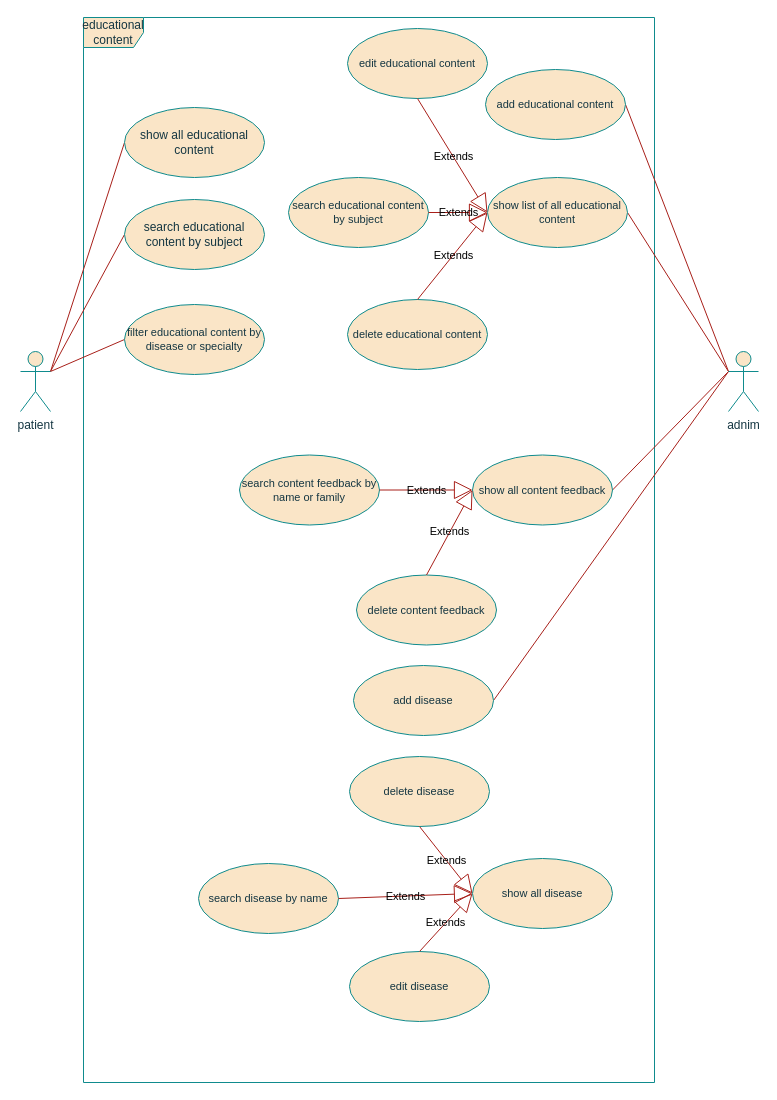
Before: USECASE/educational_content.drawio in SalehAskari/telemedicine, a draw.io diagram. Source tidied: cells renumbered, new cells numbered last; positions are measured from the earlier drawing's top-left corner, leaving out a move shared by most shapes. Both pictures are drawn from the tidied source at 100%, with x=0, y=0 at pixel (20, 17).
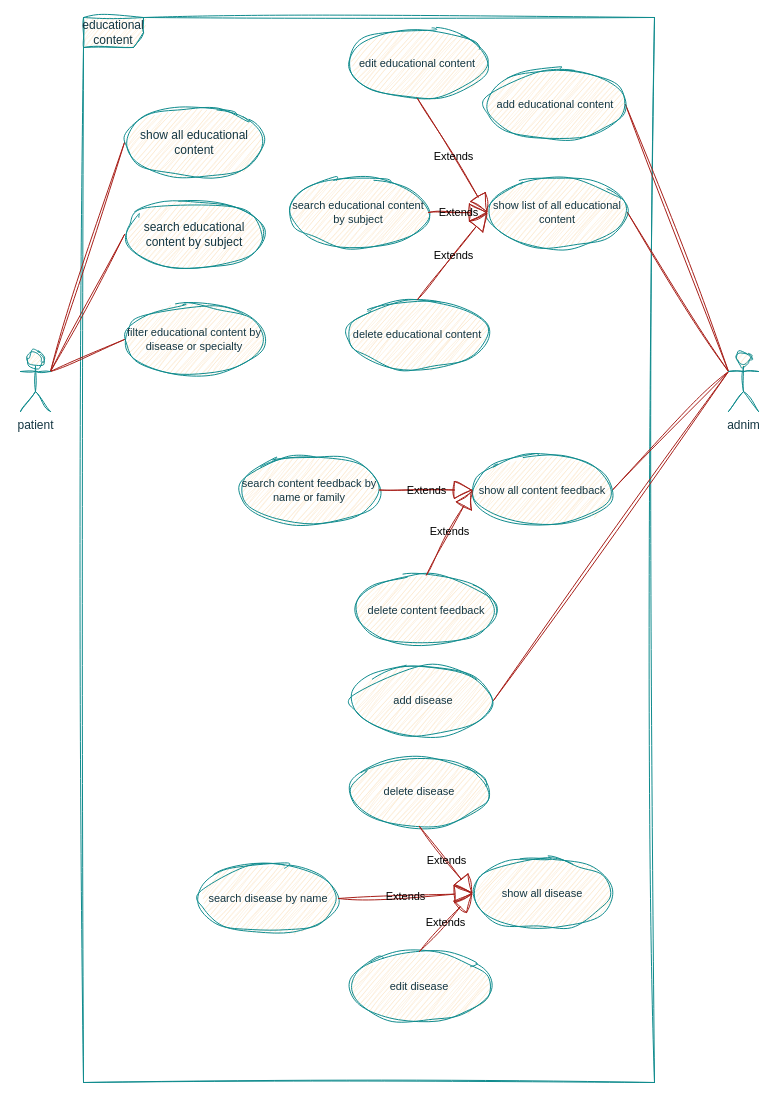
After the change.

What changed in the source:
```diff
@@
-    <mxCell id="2" value="educational content" style="shape=umlFrame;whiteSpace=wrap;html=1;labelBackgroundColor=none;fillColor=#FAE5C7;strokeColor=#0F8B8D;fontColor=#143642;" parent="1" vertex="1">
+    <mxCell id="2" value="educational content" style="shape=umlFrame;whiteSpace=wrap;html=1;labelBackgroundColor=none;fillColor=#FAE5C7;strokeColor=#0F8B8D;fontColor=#143642;sketch=1;curveFitting=1;jiggle=2;" parent="1" vertex="1">
       <mxGeometry x="63" width="571" height="1065" as="geometry" />
     </mxCell>
-    <mxCell id="3" style="edgeStyle=none;shape=connector;rounded=0;jettySize=auto;html=1;exitX=0;exitY=0.3333333333333333;exitDx=0;exitDy=0;exitPerimeter=0;entryX=1;entryY=0.5;entryDx=0;entryDy=0;strokeColor=#A8201A;align=center;verticalAlign=middle;fontFamily=Helvetica;fontSize=11;fontColor=default;labelBackgroundColor=none;startFill=0;endArrow=none;" parent="1" edge="1" source="7" target="15">
+    <mxCell id="3" style="edgeStyle=none;shape=connector;rounded=0;jettySize=auto;html=1;exitX=0;exitY=0.3333333333333333;exitDx=0;exitDy=0;exitPerimeter=0;entryX=1;entryY=0.5;entryDx=0;entryDy=0;strokeColor=#A8201A;align=center;verticalAlign=middle;fontFamily=Helvetica;fontSize=11;fontColor=default;labelBackgroundColor=none;startFill=0;endArrow=none;sketch=1;curveFitting=1;jiggle=2;" parent="1" edge="1" source="7" target="15">
       <mxGeometry relative="1" as="geometry" />
     </mxCell>
-    <mxCell id="4" style="rounded=0;jettySize=auto;html=1;exitX=0;exitY=0.3333333333333333;exitDx=0;exitDy=0;exitPerimeter=0;entryX=1;entryY=0.5;entryDx=0;entryDy=0;endArrow=none;startFill=0;labelBackgroundColor=none;strokeColor=#A8201A;fontColor=default;" parent="1" edge="1" source="7" target="18">
+    <mxCell id="4" style="rounded=0;jettySize=auto;html=1;exitX=0;exitY=0.3333333333333333;exitDx=0;exitDy=0;exitPerimeter=0;entryX=1;entryY=0.5;entryDx=0;entryDy=0;endArrow=none;startFill=0;labelBackgroundColor=none;strokeColor=#A8201A;fontColor=default;sketch=1;curveFitting=1;jiggle=2;" parent="1" edge="1" source="7" target="18">
       <mxGeometry relative="1" as="geometry" />
     </mxCell>
-    <mxCell id="5" style="edgeStyle=none;shape=connector;rounded=0;jettySize=auto;html=1;exitX=0;exitY=0.3333333333333333;exitDx=0;exitDy=0;exitPerimeter=0;entryX=1;entryY=0.5;entryDx=0;entryDy=0;strokeColor=#A8201A;align=center;verticalAlign=middle;fontFamily=Helvetica;fontSize=11;fontColor=default;labelBackgroundColor=none;startFill=0;endArrow=none;" parent="1" edge="1" source="7" target="23">
+    <mxCell id="5" style="edgeStyle=none;shape=connector;rounded=0;jettySize=auto;html=1;exitX=0;exitY=0.3333333333333333;exitDx=0;exitDy=0;exitPerimeter=0;entryX=1;entryY=0.5;entryDx=0;entryDy=0;strokeColor=#A8201A;align=center;verticalAlign=middle;fontFamily=Helvetica;fontSize=11;fontColor=default;labelBackgroundColor=none;startFill=0;endArrow=none;sketch=1;curveFitting=1;jiggle=2;" parent="1" edge="1" source="7" target="23">
       <mxGeometry relative="1" as="geometry" />
     </mxCell>
-    <mxCell id="6" style="rounded=0;jettySize=auto;html=1;exitX=0;exitY=0.3333333333333333;exitDx=0;exitDy=0;exitPerimeter=0;entryX=1;entryY=0.5;entryDx=0;entryDy=0;strokeColor=#A8201A;fontColor=#143642;fillColor=#FAE5C7;endArrow=none;startFill=0;" parent="1" edge="1" source="7" target="34">
+    <mxCell id="6" style="rounded=0;jettySize=auto;html=1;exitX=0;exitY=0.3333333333333333;exitDx=0;exitDy=0;exitPerimeter=0;entryX=1;entryY=0.5;entryDx=0;entryDy=0;strokeColor=#A8201A;fontColor=#143642;fillColor=#FAE5C7;endArrow=none;startFill=0;sketch=1;curveFitting=1;jiggle=2;" parent="1" edge="1" source="7" target="34">
       <mxGeometry relative="1" as="geometry" />
     </mxCell>
-    <mxCell id="7" value="adnim" style="shape=umlActor;verticalLabelPosition=bottom;verticalAlign=top;html=1;labelBackgroundColor=none;fillColor=#FAE5C7;strokeColor=#0F8B8D;fontColor=#143642;" parent="1" vertex="1">
+    <mxCell id="7" value="adnim" style="shape=umlActor;verticalLabelPosition=bottom;verticalAlign=top;html=1;labelBackgroundColor=none;fillColor=#FAE5C7;strokeColor=#0F8B8D;fontColor=#143642;sketch=1;curveFitting=1;jiggle=2;" parent="1" vertex="1">
       <mxGeometry x="708" y="334" width="30" height="60" as="geometry" />
     </mxCell>
-    <mxCell id="8" style="rounded=0;jettySize=auto;html=1;exitX=1;exitY=0.3333333333333333;exitDx=0;exitDy=0;exitPerimeter=0;entryX=0;entryY=0.5;entryDx=0;entryDy=0;endArrow=none;startFill=0;labelBackgroundColor=none;strokeColor=#A8201A;fontColor=default;" parent="1" edge="1" source="11" target="12">
+    <mxCell id="8" style="rounded=0;jettySize=auto;html=1;exitX=1;exitY=0.3333333333333333;exitDx=0;exitDy=0;exitPerimeter=0;entryX=0;entryY=0.5;entryDx=0;entryDy=0;endArrow=none;startFill=0;labelBackgroundColor=none;strokeColor=#A8201A;fontColor=default;sketch=1;curveFitting=1;jiggle=2;" parent="1" edge="1" source="11" target="12">
       <mxGeometry relative="1" as="geometry" />
     </mxCell>
-    <mxCell id="9" style="rounded=0;jettySize=auto;html=1;exitX=1;exitY=0.3333333333333333;exitDx=0;exitDy=0;exitPerimeter=0;entryX=0;entryY=0.5;entryDx=0;entryDy=0;endArrow=none;startFill=0;labelBackgroundColor=none;strokeColor=#A8201A;fontColor=default;" parent="1" edge="1" source="11" target="13">
+    <mxCell id="9" style="rounded=0;jettySize=auto;html=1;exitX=1;exitY=0.3333333333333333;exitDx=0;exitDy=0;exitPerimeter=0;entryX=0;entryY=0.5;entryDx=0;entryDy=0;endArrow=none;startFill=0;labelBackgroundColor=none;strokeColor=#A8201A;fontColor=default;sketch=1;curveFitting=1;jiggle=2;" parent="1" edge="1" source="11" target="13">
       <mxGeometry relative="1" as="geometry" />
     </mxCell>
-    <mxCell id="10" style="edgeStyle=none;shape=connector;rounded=0;jettySize=auto;html=1;exitX=1;exitY=0.3333333333333333;exitDx=0;exitDy=0;exitPerimeter=0;entryX=0;entryY=0.5;entryDx=0;entryDy=0;strokeColor=#A8201A;align=center;verticalAlign=middle;fontFamily=Helvetica;fontSize=11;fontColor=default;labelBackgroundColor=none;startFill=0;endArrow=none;" parent="1" edge="1" source="11" target="17">
+    <mxCell id="10" style="edgeStyle=none;shape=connector;rounded=0;jettySize=auto;html=1;exitX=1;exitY=0.3333333333333333;exitDx=0;exitDy=0;exitPerimeter=0;entryX=0;entryY=0.5;entryDx=0;entryDy=0;strokeColor=#A8201A;align=center;verticalAlign=middle;fontFamily=Helvetica;fontSize=11;fontColor=default;labelBackgroundColor=none;startFill=0;endArrow=none;sketch=1;curveFitting=1;jiggle=2;" parent="1" edge="1" source="11" target="17">
       <mxGeometry relative="1" as="geometry" />
     </mxCell>
-    <mxCell id="11" value="patient" style="shape=umlActor;verticalLabelPosition=bottom;verticalAlign=top;html=1;labelBackgroundColor=none;fillColor=#FAE5C7;strokeColor=#0F8B8D;fontColor=#143642;" parent="1" vertex="1">
+    <mxCell id="11" value="patient" style="shape=umlActor;verticalLabelPosition=bottom;verticalAlign=top;html=1;labelBackgroundColor=none;fillColor=#FAE5C7;strokeColor=#0F8B8D;fontColor=#143642;sketch=1;curveFitting=1;jiggle=2;" parent="1" vertex="1">
       <mxGeometry y="334" width="30" height="60" as="geometry" />
     </mxCell>
-    <mxCell id="12" value="show all&amp;nbsp;educational content" style="ellipse;whiteSpace=wrap;html=1;labelBackgroundColor=none;fillColor=#FAE5C7;strokeColor=#0F8B8D;fontColor=#143642;" parent="1" vertex="1">
+    <mxCell id="12" value="show all&amp;nbsp;educational content" style="ellipse;whiteSpace=wrap;html=1;labelBackgroundColor=none;fillColor=#FAE5C7;strokeColor=#0F8B8D;fontColor=#143642;sketch=1;curveFitting=1;jiggle=2;" parent="1" vertex="1">
       <mxGeometry x="104" y="90" width="140" height="70" as="geometry" />
     </mxCell>
-    <mxCell id="13" value="search&amp;nbsp;educational content by subject" style="ellipse;whiteSpace=wrap;html=1;labelBackgroundColor=none;fillColor=#FAE5C7;strokeColor=#0F8B8D;fontColor=#143642;" parent="1" vertex="1">
+    <mxCell id="13" value="search&amp;nbsp;educational content by subject" style="ellipse;whiteSpace=wrap;html=1;labelBackgroundColor=none;fillColor=#FAE5C7;strokeColor=#0F8B8D;fontColor=#143642;sketch=1;curveFitting=1;jiggle=2;" parent="1" vertex="1">
       <mxGeometry x="104" y="182" width="140" height="70" as="geometry" />
     </mxCell>
-    <mxCell id="14" value="delete&amp;nbsp;educational content" style="ellipse;whiteSpace=wrap;html=1;fontFamily=Helvetica;fontSize=11;fontColor=#143642;labelBackgroundColor=none;fillColor=#FAE5C7;strokeColor=#0F8B8D;" parent="1" vertex="1">
+    <mxCell id="14" value="delete&amp;nbsp;educational content" style="ellipse;whiteSpace=wrap;html=1;fontFamily=Helvetica;fontSize=11;fontColor=#143642;labelBackgroundColor=none;fillColor=#FAE5C7;strokeColor=#0F8B8D;sketch=1;curveFitting=1;jiggle=2;" parent="1" vertex="1">
       <mxGeometry x="327" y="282" width="140" height="70" as="geometry" />
     </mxCell>
-    <mxCell id="15" value="show list of all&amp;nbsp;educational content" style="ellipse;whiteSpace=wrap;html=1;fontFamily=Helvetica;fontSize=11;fontColor=#143642;labelBackgroundColor=none;fillColor=#FAE5C7;strokeColor=#0F8B8D;" parent="1" vertex="1">
+    <mxCell id="15" value="show list of all&amp;nbsp;educational content" style="ellipse;whiteSpace=wrap;html=1;fontFamily=Helvetica;fontSize=11;fontColor=#143642;labelBackgroundColor=none;fillColor=#FAE5C7;strokeColor=#0F8B8D;sketch=1;curveFitting=1;jiggle=2;" parent="1" vertex="1">
       <mxGeometry x="467" y="160" width="140" height="70" as="geometry" />
     </mxCell>
-    <mxCell id="16" value="search&amp;nbsp;educational content by subject" style="ellipse;whiteSpace=wrap;html=1;fontFamily=Helvetica;fontSize=11;fontColor=#143642;labelBackgroundColor=none;fillColor=#FAE5C7;strokeColor=#0F8B8D;" parent="1" vertex="1">
+    <mxCell id="16" value="search&amp;nbsp;educational content by subject" style="ellipse;whiteSpace=wrap;html=1;fontFamily=Helvetica;fontSize=11;fontColor=#143642;labelBackgroundColor=none;fillColor=#FAE5C7;strokeColor=#0F8B8D;sketch=1;curveFitting=1;jiggle=2;" parent="1" vertex="1">
       <mxGeometry x="268" y="160" width="140" height="70" as="geometry" />
     </mxCell>
-    <mxCell id="17" value="filter&amp;nbsp;educational content by disease or specialty" style="ellipse;whiteSpace=wrap;html=1;fontFamily=Helvetica;fontSize=11;fontColor=#143642;labelBackgroundColor=none;fillColor=#FAE5C7;strokeColor=#0F8B8D;" parent="1" vertex="1">
+    <mxCell id="17" value="filter&amp;nbsp;educational content by disease or specialty" style="ellipse;whiteSpace=wrap;html=1;fontFamily=Helvetica;fontSize=11;fontColor=#143642;labelBackgroundColor=none;fillColor=#FAE5C7;strokeColor=#0F8B8D;sketch=1;curveFitting=1;jiggle=2;" parent="1" vertex="1">
       <mxGeometry x="104" y="287" width="140" height="70" as="geometry" />
     </mxCell>
-    <mxCell id="18" value="add educational content" style="ellipse;whiteSpace=wrap;html=1;fontFamily=Helvetica;fontSize=11;fontColor=#143642;labelBackgroundColor=none;fillColor=#FAE5C7;strokeColor=#0F8B8D;" parent="1" vertex="1">
+    <mxCell id="18" value="add educational content" style="ellipse;whiteSpace=wrap;html=1;fontFamily=Helvetica;fontSize=11;fontColor=#143642;labelBackgroundColor=none;fillColor=#FAE5C7;strokeColor=#0F8B8D;sketch=1;curveFitting=1;jiggle=2;" parent="1" vertex="1">
       <mxGeometry x="465" y="52" width="140" height="70" as="geometry" />
     </mxCell>
-    <mxCell id="19" value="edit educational content" style="ellipse;whiteSpace=wrap;html=1;fontFamily=Helvetica;fontSize=11;fontColor=#143642;labelBackgroundColor=none;fillColor=#FAE5C7;strokeColor=#0F8B8D;" parent="1" vertex="1">
+    <mxCell id="19" value="edit educational content" style="ellipse;whiteSpace=wrap;html=1;fontFamily=Helvetica;fontSize=11;fontColor=#143642;labelBackgroundColor=none;fillColor=#FAE5C7;strokeColor=#0F8B8D;sketch=1;curveFitting=1;jiggle=2;" parent="1" vertex="1">
       <mxGeometry x="327" y="11" width="140" height="70" as="geometry" />
     </mxCell>
-    <mxCell id="20" value="Extends" style="endArrow=block;endSize=16;endFill=0;html=1;rounded=0;strokeColor=#A8201A;align=center;verticalAlign=middle;fontFamily=Helvetica;fontSize=11;fontColor=default;labelBackgroundColor=none;exitX=1;exitY=0.5;exitDx=0;exitDy=0;entryX=0;entryY=0.5;entryDx=0;entryDy=0;" parent="1" edge="1" source="16" target="15">
+    <mxCell id="20" value="Extends" style="endArrow=block;endSize=16;endFill=0;html=1;rounded=0;strokeColor=#A8201A;align=center;verticalAlign=middle;fontFamily=Helvetica;fontSize=11;fontColor=default;labelBackgroundColor=none;exitX=1;exitY=0.5;exitDx=0;exitDy=0;entryX=0;entryY=0.5;entryDx=0;entryDy=0;sketch=1;curveFitting=1;jiggle=2;" parent="1" edge="1" source="16" target="15">
       <mxGeometry x="0.02" relative="1" as="geometry" />
     </mxCell>
-    <mxCell id="21" value="Extends" style="endArrow=block;endSize=16;endFill=0;html=1;rounded=0;strokeColor=#A8201A;align=center;verticalAlign=middle;fontFamily=Helvetica;fontSize=11;fontColor=default;labelBackgroundColor=none;exitX=0.5;exitY=0;exitDx=0;exitDy=0;entryX=0;entryY=0.5;entryDx=0;entryDy=0;" parent="1" edge="1" source="14" target="15">
+    <mxCell id="21" value="Extends" style="endArrow=block;endSize=16;endFill=0;html=1;rounded=0;strokeColor=#A8201A;align=center;verticalAlign=middle;fontFamily=Helvetica;fontSize=11;fontColor=default;labelBackgroundColor=none;exitX=0.5;exitY=0;exitDx=0;exitDy=0;entryX=0;entryY=0.5;entryDx=0;entryDy=0;sketch=1;curveFitting=1;jiggle=2;" parent="1" edge="1" source="14" target="15">
       <mxGeometry x="0.02" relative="1" as="geometry" />
     </mxCell>
-    <mxCell id="22" value="Extends" style="endArrow=block;endSize=16;endFill=0;html=1;rounded=0;strokeColor=#A8201A;align=center;verticalAlign=middle;fontFamily=Helvetica;fontSize=11;fontColor=default;labelBackgroundColor=none;exitX=0.5;exitY=1;exitDx=0;exitDy=0;entryX=0;entryY=0.5;entryDx=0;entryDy=0;" parent="1" edge="1" source="19" target="15">
+    <mxCell id="22" value="Extends" style="endArrow=block;endSize=16;endFill=0;html=1;rounded=0;strokeColor=#A8201A;align=center;verticalAlign=middle;fontFamily=Helvetica;fontSize=11;fontColor=default;labelBackgroundColor=none;exitX=0.5;exitY=1;exitDx=0;exitDy=0;entryX=0;entryY=0.5;entryDx=0;entryDy=0;sketch=1;curveFitting=1;jiggle=2;" parent="1" edge="1" source="19" target="15">
       <mxGeometry x="0.02" relative="1" as="geometry" />
     </mxCell>
-    <mxCell id="23" value="show all content feedback" style="ellipse;whiteSpace=wrap;html=1;fontFamily=Helvetica;fontSize=11;fontColor=#143642;labelBackgroundColor=none;fillColor=#FAE5C7;strokeColor=#0F8B8D;" parent="1" vertex="1">
+    <mxCell id="23" value="show all content feedback" style="ellipse;whiteSpace=wrap;html=1;fontFamily=Helvetica;fontSize=11;fontColor=#143642;labelBackgroundColor=none;fillColor=#FAE5C7;strokeColor=#0F8B8D;sketch=1;curveFitting=1;jiggle=2;" parent="1" vertex="1">
       <mxGeometry x="452" y="437.5" width="140" height="70" as="geometry" />
     </mxCell>
-    <mxCell id="24" value="search content feedback by name or family" style="ellipse;whiteSpace=wrap;html=1;fontFamily=Helvetica;fontSize=11;fontColor=#143642;labelBackgroundColor=none;fillColor=#FAE5C7;strokeColor=#0F8B8D;" parent="1" vertex="1">
+    <mxCell id="24" value="search content feedback by name or family" style="ellipse;whiteSpace=wrap;html=1;fontFamily=Helvetica;fontSize=11;fontColor=#143642;labelBackgroundColor=none;fillColor=#FAE5C7;strokeColor=#0F8B8D;sketch=1;curveFitting=1;jiggle=2;" parent="1" vertex="1">
       <mxGeometry x="219" y="437.5" width="140" height="70" as="geometry" />
     </mxCell>
-    <mxCell id="25" value="delete content feedback" style="ellipse;whiteSpace=wrap;html=1;fontFamily=Helvetica;fontSize=11;fontColor=#143642;labelBackgroundColor=none;fillColor=#FAE5C7;strokeColor=#0F8B8D;" parent="1" vertex="1">
+    <mxCell id="25" value="delete content feedback" style="ellipse;whiteSpace=wrap;html=1;fontFamily=Helvetica;fontSize=11;fontColor=#143642;labelBackgroundColor=none;fillColor=#FAE5C7;strokeColor=#0F8B8D;sketch=1;curveFitting=1;jiggle=2;" parent="1" vertex="1">
       <mxGeometry x="336" y="557.5" width="140" height="70" as="geometry" />
     </mxCell>
-    <mxCell id="26" value="Extends" style="endArrow=block;endSize=16;endFill=0;html=1;rounded=0;strokeColor=#A8201A;align=center;verticalAlign=middle;fontFamily=Helvetica;fontSize=11;fontColor=default;labelBackgroundColor=none;exitX=1;exitY=0.5;exitDx=0;exitDy=0;entryX=0;entryY=0.5;entryDx=0;entryDy=0;" parent="1" edge="1" source="24" target="23">
+    <mxCell id="26" value="Extends" style="endArrow=block;endSize=16;endFill=0;html=1;rounded=0;strokeColor=#A8201A;align=center;verticalAlign=middle;fontFamily=Helvetica;fontSize=11;fontColor=default;labelBackgroundColor=none;exitX=1;exitY=0.5;exitDx=0;exitDy=0;entryX=0;entryY=0.5;entryDx=0;entryDy=0;sketch=1;curveFitting=1;jiggle=2;" parent="1" edge="1" source="24" target="23">
       <mxGeometry x="0.02" relative="1" as="geometry" />
     </mxCell>
-    <mxCell id="27" value="show all disease" style="ellipse;whiteSpace=wrap;html=1;fontFamily=Helvetica;fontSize=11;fontColor=#143642;labelBackgroundColor=none;fillColor=#FAE5C7;strokeColor=#0F8B8D;" parent="1" vertex="1">
+    <mxCell id="27" value="show all disease" style="ellipse;whiteSpace=wrap;html=1;fontFamily=Helvetica;fontSize=11;fontColor=#143642;labelBackgroundColor=none;fillColor=#FAE5C7;strokeColor=#0F8B8D;sketch=1;curveFitting=1;jiggle=2;" parent="1" vertex="1">
       <mxGeometry x="452" y="841" width="140" height="70" as="geometry" />
     </mxCell>
-    <mxCell id="28" value="search disease&amp;nbsp;by name" style="ellipse;whiteSpace=wrap;html=1;fontFamily=Helvetica;fontSize=11;fontColor=#143642;labelBackgroundColor=none;fillColor=#FAE5C7;strokeColor=#0F8B8D;" parent="1" vertex="1">
+    <mxCell id="28" value="search disease&amp;nbsp;by name" style="ellipse;whiteSpace=wrap;html=1;fontFamily=Helvetica;fontSize=11;fontColor=#143642;labelBackgroundColor=none;fillColor=#FAE5C7;strokeColor=#0F8B8D;sketch=1;curveFitting=1;jiggle=2;" parent="1" vertex="1">
       <mxGeometry x="178" y="846" width="140" height="70" as="geometry" />
     </mxCell>
-    <mxCell id="29" value="Extends" style="endArrow=block;endSize=16;endFill=0;html=1;rounded=0;strokeColor=#A8201A;align=center;verticalAlign=middle;fontFamily=Helvetica;fontSize=11;fontColor=default;labelBackgroundColor=none;entryX=0;entryY=0.5;entryDx=0;entryDy=0;exitX=1;exitY=0.5;exitDx=0;exitDy=0;" parent="1" edge="1" source="28" target="27">
+    <mxCell id="29" value="Extends" style="endArrow=block;endSize=16;endFill=0;html=1;rounded=0;strokeColor=#A8201A;align=center;verticalAlign=middle;fontFamily=Helvetica;fontSize=11;fontColor=default;labelBackgroundColor=none;entryX=0;entryY=0.5;entryDx=0;entryDy=0;exitX=1;exitY=0.5;exitDx=0;exitDy=0;sketch=1;curveFitting=1;jiggle=2;" parent="1" edge="1" source="28" target="27">
       <mxGeometry relative="1" as="geometry" />
     </mxCell>
-    <mxCell id="30" value="edit disease" style="ellipse;whiteSpace=wrap;html=1;fontFamily=Helvetica;fontSize=11;fontColor=#143642;labelBackgroundColor=none;fillColor=#FAE5C7;strokeColor=#0F8B8D;" parent="1" vertex="1">
+    <mxCell id="30" value="edit disease" style="ellipse;whiteSpace=wrap;html=1;fontFamily=Helvetica;fontSize=11;fontColor=#143642;labelBackgroundColor=none;fillColor=#FAE5C7;strokeColor=#0F8B8D;sketch=1;curveFitting=1;jiggle=2;" parent="1" vertex="1">
       <mxGeometry x="329" y="934" width="140" height="70" as="geometry" />
     </mxCell>
-    <mxCell id="31" value="delete disease" style="ellipse;whiteSpace=wrap;html=1;fontFamily=Helvetica;fontSize=11;fontColor=#143642;labelBackgroundColor=none;fillColor=#FAE5C7;strokeColor=#0F8B8D;" parent="1" vertex="1">
+    <mxCell id="31" value="delete disease" style="ellipse;whiteSpace=wrap;html=1;fontFamily=Helvetica;fontSize=11;fontColor=#143642;labelBackgroundColor=none;fillColor=#FAE5C7;strokeColor=#0F8B8D;sketch=1;curveFitting=1;jiggle=2;" parent="1" vertex="1">
       <mxGeometry x="329" y="739" width="140" height="70" as="geometry" />
     </mxCell>
-    <mxCell id="32" value="Extends" style="endArrow=block;endSize=16;endFill=0;html=1;rounded=0;strokeColor=#A8201A;align=center;verticalAlign=middle;fontFamily=Helvetica;fontSize=11;fontColor=default;labelBackgroundColor=none;exitX=0.5;exitY=0;exitDx=0;exitDy=0;entryX=0;entryY=0.5;entryDx=0;entryDy=0;" parent="1" edge="1" source="30" target="27">
+    <mxCell id="32" value="Extends" style="endArrow=block;endSize=16;endFill=0;html=1;rounded=0;strokeColor=#A8201A;align=center;verticalAlign=middle;fontFamily=Helvetica;fontSize=11;fontColor=default;labelBackgroundColor=none;exitX=0.5;exitY=0;exitDx=0;exitDy=0;entryX=0;entryY=0.5;entryDx=0;entryDy=0;sketch=1;curveFitting=1;jiggle=2;" parent="1" edge="1" source="30" target="27">
       <mxGeometry relative="1" as="geometry" />
     </mxCell>
-    <mxCell id="33" value="Extends" style="endArrow=block;endSize=16;endFill=0;html=1;rounded=0;strokeColor=#A8201A;align=center;verticalAlign=middle;fontFamily=Helvetica;fontSize=11;fontColor=default;labelBackgroundColor=none;exitX=0.5;exitY=1;exitDx=0;exitDy=0;entryX=0;entryY=0.5;entryDx=0;entryDy=0;" parent="1" edge="1" source="31" target="27">
+    <mxCell id="33" value="Extends" style="endArrow=block;endSize=16;endFill=0;html=1;rounded=0;strokeColor=#A8201A;align=center;verticalAlign=middle;fontFamily=Helvetica;fontSize=11;fontColor=default;labelBackgroundColor=none;exitX=0.5;exitY=1;exitDx=0;exitDy=0;entryX=0;entryY=0.5;entryDx=0;entryDy=0;sketch=1;curveFitting=1;jiggle=2;" parent="1" edge="1" source="31" target="27">
       <mxGeometry relative="1" as="geometry" />
     </mxCell>
-    <mxCell id="34" value="add disease" style="ellipse;whiteSpace=wrap;html=1;fontFamily=Helvetica;fontSize=11;fontColor=#143642;labelBackgroundColor=none;fillColor=#FAE5C7;strokeColor=#0F8B8D;" parent="1" vertex="1">
+    <mxCell id="34" value="add disease" style="ellipse;whiteSpace=wrap;html=1;fontFamily=Helvetica;fontSize=11;fontColor=#143642;labelBackgroundColor=none;fillColor=#FAE5C7;strokeColor=#0F8B8D;sketch=1;curveFitting=1;jiggle=2;" parent="1" vertex="1">
       <mxGeometry x="333" y="648" width="140" height="70" as="geometry" />
     </mxCell>
-    <mxCell id="35" value="Extends" style="endArrow=block;endSize=16;endFill=0;html=1;rounded=0;strokeColor=#A8201A;align=center;verticalAlign=middle;fontFamily=Helvetica;fontSize=11;fontColor=default;labelBackgroundColor=none;exitX=0.5;exitY=0;exitDx=0;exitDy=0;entryX=0;entryY=0.5;entryDx=0;entryDy=0;" parent="1" edge="1" source="25" target="23">
+    <mxCell id="35" value="Extends" style="endArrow=block;endSize=16;endFill=0;html=1;rounded=0;strokeColor=#A8201A;align=center;verticalAlign=middle;fontFamily=Helvetica;fontSize=11;fontColor=default;labelBackgroundColor=none;exitX=0.5;exitY=0;exitDx=0;exitDy=0;entryX=0;entryY=0.5;entryDx=0;entryDy=0;sketch=1;curveFitting=1;jiggle=2;" parent="1" edge="1" source="25" target="23">
       <mxGeometry x="0.02" relative="1" as="geometry" />
     </mxCell>
```
